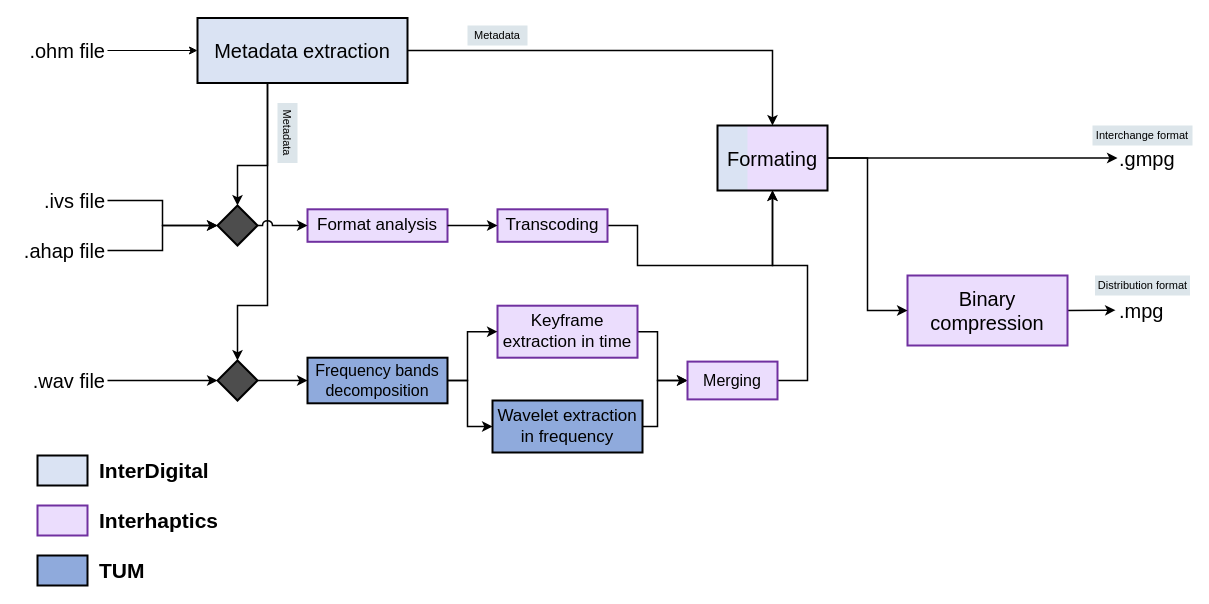
Before: diagrams/RM0EncoderStructure.drawio in MPEGGroup/HapticReferenceSoftware, a draw.io diagram. Source tidied: cells renumbered, new cells numbered last; positions are measured from the earlier drawing's top-left corner, leaving out a move shared by most shapes. Both pictures are drawn from the tidied source at 100%, with x=0, y=0 at pixel (17, 17).
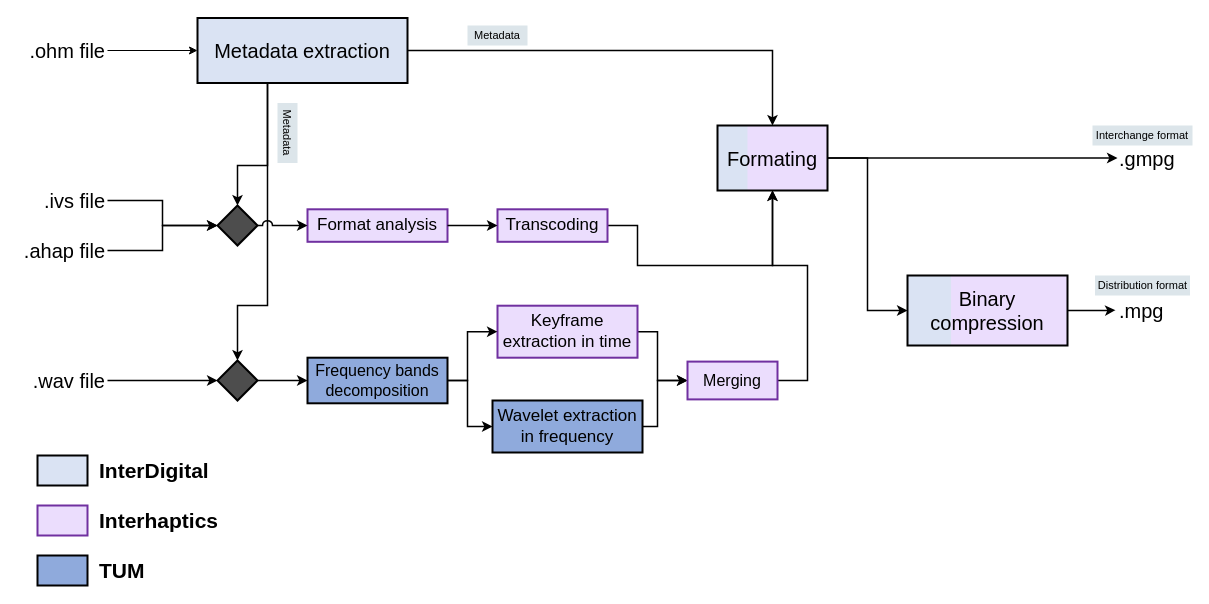
After the change.

Commit message (it also covers changes not shown here):
doc(Diagrams): added diagrams for encoder, decoder & general

The change refers to these unchanged cells:
```xml
<mxCell id="33" value="Formating" style="rounded=0;whiteSpace=wrap;html=1;fontSize=20;align=center;fillColor=none;strokeWidth=2;strokeColor=#000000;gradientDirection=east;gradientColor=#EBDDFD;" parent="29" vertex="1">
  <mxGeometry width="110" height="65" as="geometry" />
</mxCell>
<mxCell id="40" value=".mpg" style="text;html=1;strokeColor=none;fillColor=none;align=left;verticalAlign=middle;whiteSpace=wrap;rounded=0;fontSize=20;" parent="1" vertex="1">
  <mxGeometry x="1100" y="278" width="50" height="30" as="geometry" />
</mxCell>
```

Diff of the diagram source:
```diff
@@
-    <mxCell id="37" style="edgeStyle=orthogonalEdgeStyle;rounded=0;jumpStyle=line;jumpSize=15;jettySize=auto;html=1;fontSize=16;strokeWidth=1.5;entryX=-0.039;entryY=0.488;entryDx=0;entryDy=0;entryPerimeter=0;" parent="1" edge="1" source="38" target="40">
-      <mxGeometry relative="1" as="geometry" />
+    <mxCell id="37" style="edgeStyle=orthogonalEdgeStyle;rounded=0;jumpStyle=line;jumpSize=15;jettySize=auto;html=1;fontSize=16;strokeWidth=1.5;entryX=-0.039;entryY=0.488;entryDx=0;entryDy=0;entryPerimeter=0;" parent="1" edge="1" target="40">
+      <mxGeometry relative="1" as="geometry">
+        <mxPoint x="1050" y="293" as="sourcePoint" />
+      </mxGeometry>
     </mxCell>
-    <mxCell id="38" value="Binary compression" style="rounded=0;whiteSpace=wrap;html=1;fontSize=20;align=center;fillColor=#EBDDFD;strokeWidth=2;strokeColor=#7030A0;gradientDirection=east;" parent="1" vertex="1">
-      <mxGeometry x="890" y="258" width="160" height="70" as="geometry" />
-    </mxCell>
-    <mxCell id="39" style="edgeStyle=orthogonalEdgeStyle;rounded=0;jumpStyle=line;jumpSize=15;jettySize=auto;html=1;fontSize=16;strokeWidth=1.5;entryX=0;entryY=0.5;entryDx=0;entryDy=0;" parent="1" edge="1" source="33" target="38">
-      <mxGeometry relative="1" as="geometry" />
-    </mxCell>
@@
+    <mxCell id="56" style="group;" parent="1" vertex="1">
+      <mxGeometry x="890" y="258" width="160" height="70" as="geometry" />
+    </mxCell>
+    <mxCell id="57" style="group;" parent="56" vertex="1">
+      <mxGeometry width="160" height="70" as="geometry" />
+    </mxCell>
+    <mxCell id="58" style="rounded=0;whiteSpace=wrap;html=1;fontSize=20;align=center;fillColor=#DAE3F3;strokeWidth=2;strokeColor=none;gradientDirection=east;" parent="57" vertex="1">
+      <mxGeometry width="160" height="70" as="geometry" />
+    </mxCell>
+    <mxCell id="59" style="rounded=0;whiteSpace=wrap;html=1;fontSize=20;align=center;fillColor=#EBDDFD;strokeWidth=2;strokeColor=none;gradientDirection=east;" parent="57" vertex="1">
+      <mxGeometry x="43.6" width="116.4" height="70" as="geometry" />
+    </mxCell>
+    <mxCell id="38" value="Binary compression" style="rounded=0;whiteSpace=wrap;html=1;fontSize=20;align=center;fillColor=none;strokeWidth=2;strokeColor=#000000;gradientDirection=east;gradientColor=#EBDDFD;" parent="56" vertex="1">
+      <mxGeometry width="160" height="70" as="geometry" />
+    </mxCell>
+    <mxCell id="39" style="edgeStyle=orthogonalEdgeStyle;rounded=0;jumpStyle=line;jumpSize=15;jettySize=auto;html=1;fontSize=16;strokeWidth=1.5;entryX=0;entryY=0.5;entryDx=0;entryDy=0;exitX=1;exitY=0.5;exitDx=0;exitDy=0;" parent="1" edge="1" source="33" target="38">
+      <mxGeometry relative="1" as="geometry">
+        <Array as="points">
+          <mxPoint x="850" y="141" />
+          <mxPoint x="850" y="293" />
+        </Array>
+      </mxGeometry>
+    </mxCell>
```
